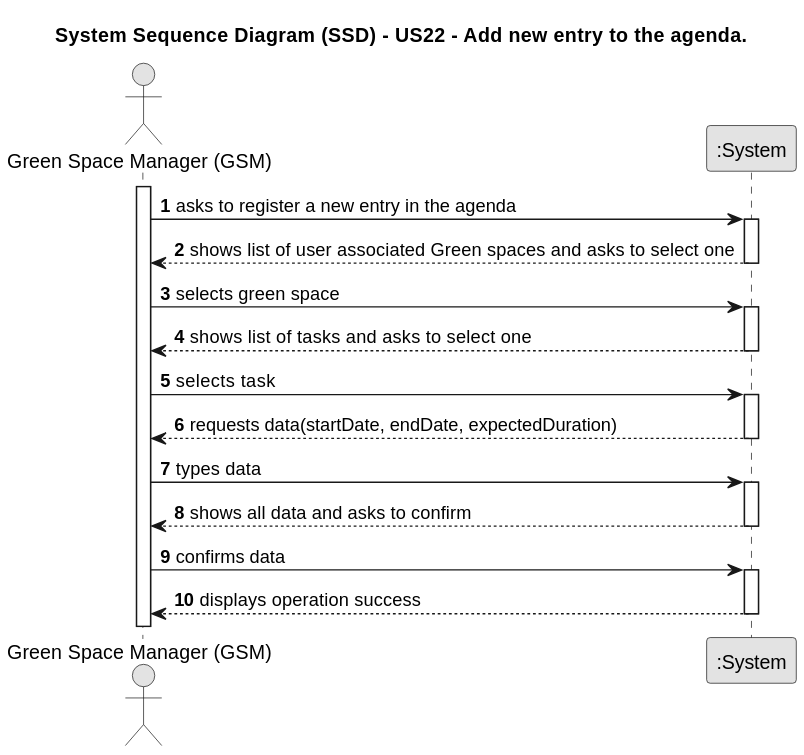
Departamento-de-Engenharia-Informatica/lei-24-s2-1db-g022 keeps this PlantUML diagram as docs/sprint3/us22/01.requirements-engineering/svg/us22-system-sequence-diagram.svg. Above is the earlier version.
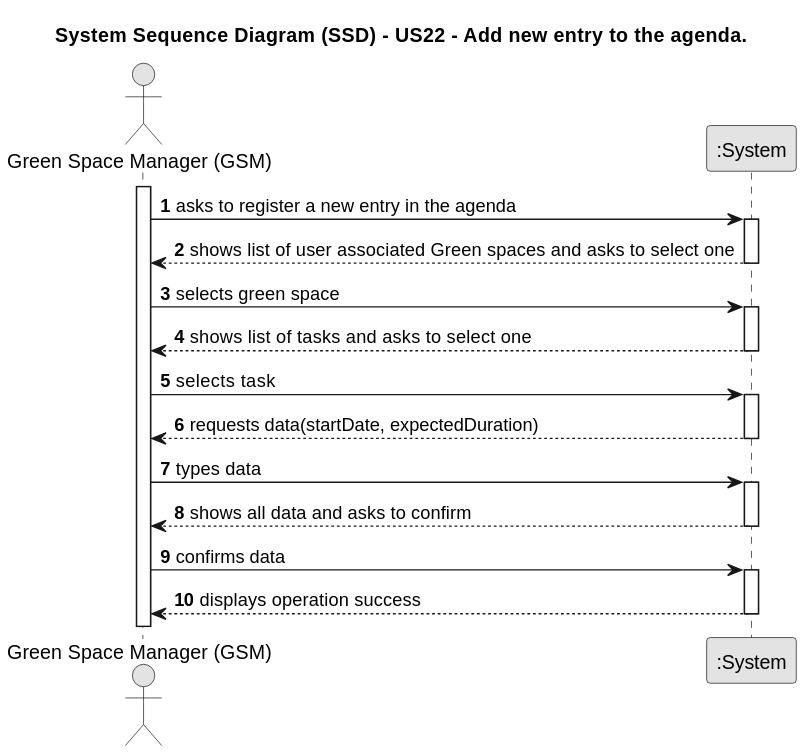
Later version of the same file.

Diff of the diagram source:
```diff
@@ -27,7 +27,7 @@
     GSM->System: selects task
     activate System
 
-    System --> GSM : requests data(startDate, endDate, expectedDuration)
+    System --> GSM : requests data(startDate, expectedDuration)
     deactivate System
 
     GSM -> System : types data
```
